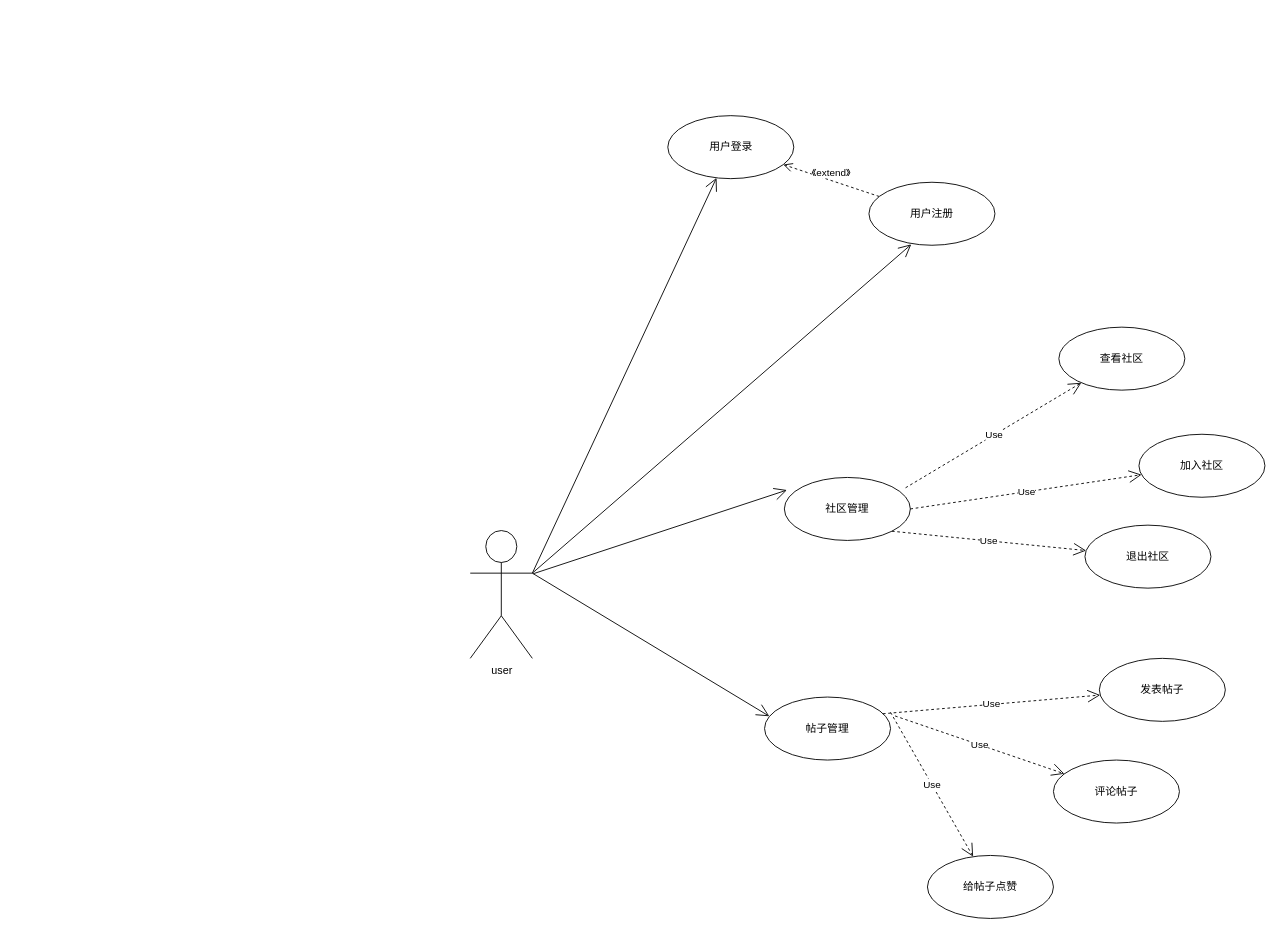
The draw.io diagram user_case.drawio in Forrest-Tao/draw.io, before the edit. Source tidied: cells renumbered, new cells numbered last; positions are measured from the earlier drawing's top-left corner, leaving out a move shared by most shapes. Both pictures are drawn from the tidied source at 90%, with x=0, y=0 at pixel (470, 115).
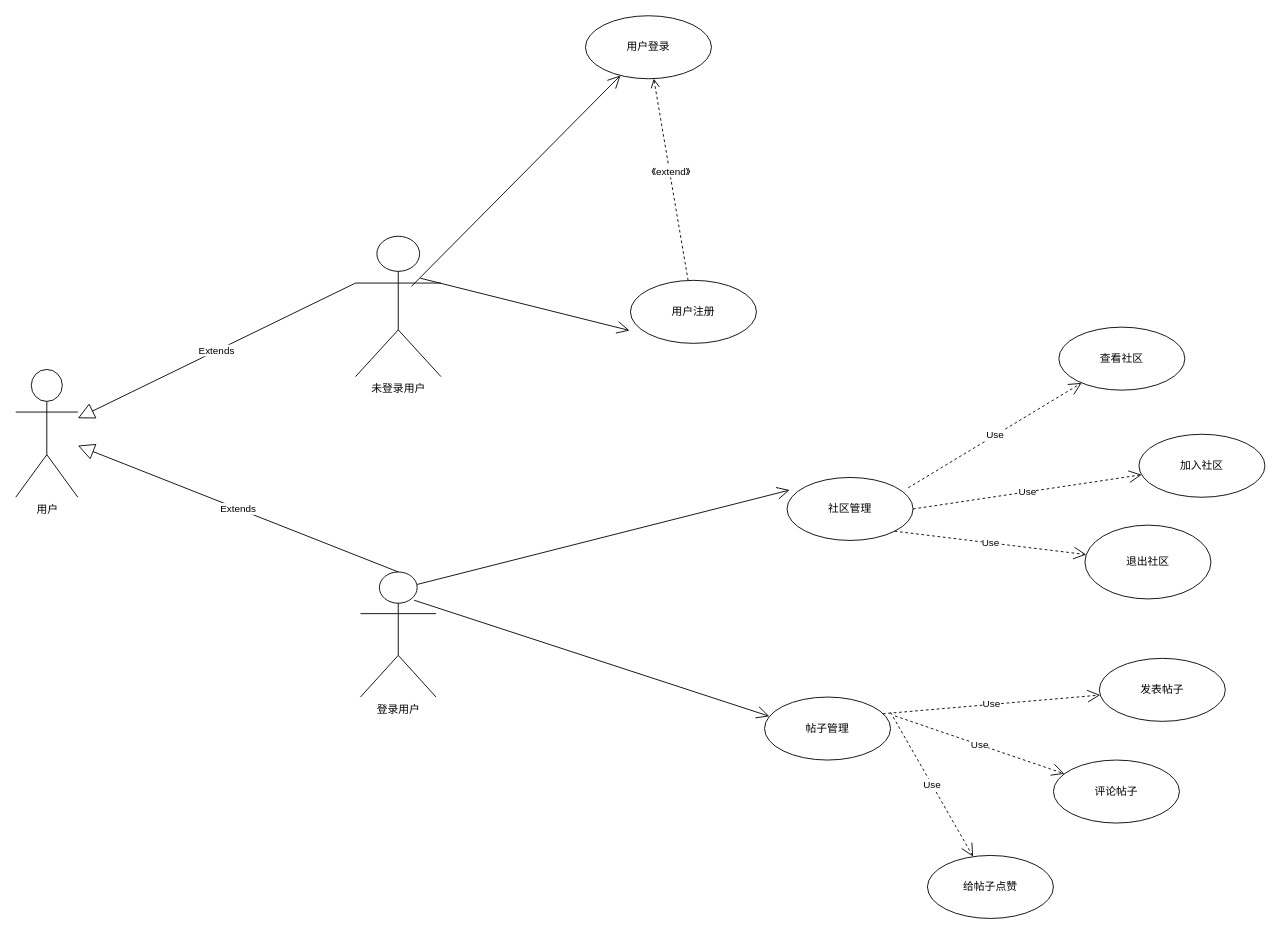
The same diagram, later.

The change refers to these unchanged cells:
```xml
<mxCell id="9" value="帖子管理" style="ellipse;whiteSpace=wrap;html=1;" parent="1" vertex="1">
  <mxGeometry x="327" y="646" width="140" height="70" as="geometry" />
</mxCell>
```

Change to the diagram source:
```diff
@@
-    <mxCell id="2" value="user" style="shape=umlActor;verticalLabelPosition=bottom;verticalAlign=top;html=1;outlineConnect=0;" parent="1" vertex="1">
-      <mxGeometry y="461" width="69" height="142" as="geometry" />
+    <mxCell id="2" value="用户" style="shape=umlActor;verticalLabelPosition=bottom;verticalAlign=top;html=1;outlineConnect=0;" parent="1" vertex="1">
+      <mxGeometry x="-505" y="282" width="69" height="142" as="geometry" />
     </mxCell>
@@
     <mxCell id="4" value="用户登录" style="ellipse;whiteSpace=wrap;html=1;" parent="1" vertex="1">
-      <mxGeometry x="219.5" width="140" height="70" as="geometry" />
+      <mxGeometry x="128" y="-111" width="140" height="70" as="geometry" />
     </mxCell>
     <mxCell id="5" value="用户注册" style="ellipse;whiteSpace=wrap;html=1;" parent="1" vertex="1">
-      <mxGeometry x="443" y="74" width="140" height="70" as="geometry" />
+      <mxGeometry x="178" y="183" width="140" height="70" as="geometry" />
     </mxCell>
-    <mxCell id="6" style="endArrow=open;endFill=1;endSize=12;html=1;rounded=0;exitX=1;exitY=0.3333333333333333;exitDx=0;exitDy=0;exitPerimeter=0;entryX=0.336;entryY=0.986;entryDx=0;entryDy=0;entryPerimeter=0;" parent="1" edge="1" source="2" target="5">
-      <mxGeometry relative="1" as="geometry" />
-    </mxCell>
-    <mxCell id="7" style="endArrow=open;endFill=1;endSize=12;html=1;rounded=0;exitX=1;exitY=0.3333333333333333;exitDx=0;exitDy=0;exitPerimeter=0;" parent="1" edge="1" source="2" target="4">
+    <mxCell id="7" style="endArrow=open;endFill=1;endSize=12;html=1;rounded=0;exitX=0.653;exitY=0.358;exitDx=0;exitDy=0;exitPerimeter=0;" parent="1" edge="1" source="25" target="4">
       <mxGeometry relative="1" as="geometry" />
     </mxCell>
     <mxCell id="8" value="社区管理" style="ellipse;whiteSpace=wrap;html=1;" parent="1" vertex="1">
-      <mxGeometry x="349" y="402" width="140" height="70" as="geometry" />
+      <mxGeometry x="352" y="402" width="140" height="70" as="geometry" />
     </mxCell>
@@
-    <mxCell id="10" style="endArrow=open;endFill=1;endSize=12;html=1;rounded=0;entryX=0.021;entryY=0.2;entryDx=0;entryDy=0;entryPerimeter=0;" parent="1" edge="1" target="8">
-      <mxGeometry relative="1" as="geometry">
-        <mxPoint x="70" y="509" as="sourcePoint" />
-      </mxGeometry>
+    <mxCell id="10" style="endArrow=open;endFill=1;endSize=12;html=1;rounded=0;entryX=0.021;entryY=0.2;entryDx=0;entryDy=0;entryPerimeter=0;exitX=0.75;exitY=0.1;exitDx=0;exitDy=0;exitPerimeter=0;" parent="1" edge="1" source="24" target="8">
+      <mxGeometry relative="1" as="geometry" />
     </mxCell>
@@
     <mxCell id="13" value="退出社区" style="ellipse;whiteSpace=wrap;html=1;" parent="1" vertex="1">
-      <mxGeometry x="683" y="455" width="140" height="70" as="geometry" />
+      <mxGeometry x="683" y="455" width="140" height="82" as="geometry" />
     </mxCell>
@@
-    <mxCell id="17" style="endArrow=open;endFill=1;endSize=12;html=1;rounded=0;exitX=1;exitY=0.3333333333333333;exitDx=0;exitDy=0;exitPerimeter=0;entryX=0.038;entryY=0.305;entryDx=0;entryDy=0;entryPerimeter=0;" parent="1" edge="1" source="2" target="9">
+    <mxCell id="17" style="endArrow=open;endFill=1;endSize=12;html=1;rounded=0;exitX=0.71;exitY=0.226;exitDx=0;exitDy=0;exitPerimeter=0;entryX=0.038;entryY=0.305;entryDx=0;entryDy=0;entryPerimeter=0;" parent="1" edge="1" source="24" target="9">
       <mxGeometry relative="1" as="geometry" />
     </mxCell>
@@
+    <mxCell id="24" value="登录用户" style="shape=umlActor;verticalLabelPosition=bottom;verticalAlign=top;html=1;" parent="1" vertex="1">
+      <mxGeometry x="-122" y="507" width="84" height="139" as="geometry" />
+    </mxCell>
+    <mxCell id="25" value="未登录用户" style="shape=umlActor;verticalLabelPosition=bottom;verticalAlign=top;html=1;" parent="1" vertex="1">
+      <mxGeometry x="-127.5" y="134" width="95" height="156" as="geometry" />
+    </mxCell>
+    <mxCell id="26" value="Extends" style="endArrow=block;endSize=16;endFill=0;html=1;rounded=0;exitX=0.5;exitY=0;exitDx=0;exitDy=0;exitPerimeter=0;" parent="1" edge="1" source="24" target="2">
+      <mxGeometry relative="1" as="geometry" />
+    </mxCell>
+    <mxCell id="27" style="endArrow=open;endFill=1;endSize=12;html=1;rounded=0;exitX=0.759;exitY=0.299;exitDx=0;exitDy=0;exitPerimeter=0;entryX=-0.007;entryY=0.796;entryDx=0;entryDy=0;entryPerimeter=0;" parent="1" edge="1" source="25" target="5">
+      <mxGeometry relative="1" as="geometry" />
+    </mxCell>
+    <mxCell id="28" value="Extends" style="endArrow=block;endSize=16;endFill=0;html=1;rounded=0;exitX=0;exitY=0.3333333333333333;exitDx=0;exitDy=0;exitPerimeter=0;" parent="1" edge="1" source="25" target="2">
+      <mxGeometry relative="1" as="geometry" />
+    </mxCell>
```
